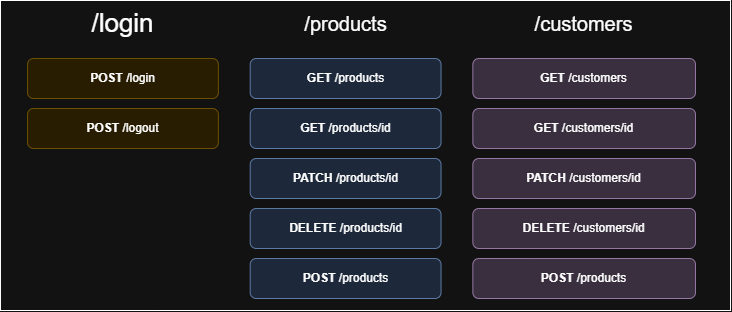
gabriel-cheng/softline-challenge keeps this draw.io diagram as docs/images/routes.png. Above is the earlier version. Source tidied: cells renumbered, new cells last; positions are measured from the earlier drawing's top-left corner, leaving out a move shared by most shapes. The source it was exported from:
```xml
<mxGraphModel>
  <root>
    <mxCell id="0" />
    <mxCell id="1" parent="0" />
    <mxCell id="2" style="group;" parent="1" vertex="1">
      <mxGeometry width="730" height="310" as="geometry" />
    </mxCell>
    <mxCell id="3" style="rounded=0;whiteSpace=wrap;html=1;" parent="2" vertex="1">
      <mxGeometry width="730" height="310" as="geometry" />
    </mxCell>
    <mxCell id="4" value="&lt;b&gt;POST&lt;/b&gt; /login" style="rounded=1;whiteSpace=wrap;html=1;fillColor=#fff2cc;strokeColor=#d6b656;" parent="2" vertex="1">
      <mxGeometry x="27" y="58" width="190.8" height="40" as="geometry" />
    </mxCell>
    <mxCell id="5" value="&lt;b&gt;POST&lt;/b&gt; /logout" style="rounded=1;whiteSpace=wrap;html=1;fillColor=#fff2cc;strokeColor=#d6b656;" parent="2" vertex="1">
      <mxGeometry x="27" y="108" width="190.8" height="40" as="geometry" />
    </mxCell>
    <mxCell id="6" value="&lt;b&gt;GET&lt;/b&gt; /products" style="rounded=1;whiteSpace=wrap;html=1;fillColor=#dae8fc;strokeColor=#6c8ebf;" parent="2" vertex="1">
      <mxGeometry x="249.7" y="58" width="190.8" height="40" as="geometry" />
    </mxCell>
    <mxCell id="7" value="&lt;b&gt;POST&lt;/b&gt; /products" style="rounded=1;whiteSpace=wrap;html=1;fillColor=#dae8fc;strokeColor=#6c8ebf;" parent="2" vertex="1">
      <mxGeometry x="249.7" y="258" width="190.8" height="40" as="geometry" />
    </mxCell>
    <mxCell id="8" value="&lt;b&gt;PATCH&lt;/b&gt; /products/id" style="rounded=1;whiteSpace=wrap;html=1;fillColor=#dae8fc;strokeColor=#6c8ebf;" parent="2" vertex="1">
      <mxGeometry x="249.7" y="158" width="190.8" height="40" as="geometry" />
    </mxCell>
    <mxCell id="9" value="&lt;b&gt;DELETE&lt;/b&gt; /products/id" style="rounded=1;whiteSpace=wrap;html=1;fillColor=#dae8fc;strokeColor=#6c8ebf;" parent="2" vertex="1">
      <mxGeometry x="249.7" y="208" width="190.8" height="40" as="geometry" />
    </mxCell>
    <mxCell id="10" value="&lt;b&gt;GET&lt;/b&gt; /products/id" style="rounded=1;whiteSpace=wrap;html=1;fillColor=#dae8fc;strokeColor=#6c8ebf;" parent="2" vertex="1">
      <mxGeometry x="249.7" y="108" width="190.8" height="40" as="geometry" />
    </mxCell>
    <mxCell id="11" value="&lt;b&gt;GET&lt;/b&gt; /customers" style="rounded=1;whiteSpace=wrap;html=1;fillColor=#e1d5e7;strokeColor=#9673a6;" parent="2" vertex="1">
      <mxGeometry x="472.4" y="58" width="222.7" height="40" as="geometry" />
    </mxCell>
    <mxCell id="12" value="&lt;b&gt;POST&lt;/b&gt; /products" style="rounded=1;whiteSpace=wrap;html=1;fillColor=#e1d5e7;strokeColor=#9673a6;align=center;" parent="2" vertex="1">
      <mxGeometry x="472.4" y="258" width="222.7" height="40" as="geometry" />
    </mxCell>
    <mxCell id="13" value="&lt;b&gt;PATCH&lt;/b&gt; /customers/id" style="rounded=1;whiteSpace=wrap;html=1;fillColor=#e1d5e7;strokeColor=#9673a6;" parent="2" vertex="1">
      <mxGeometry x="472.4" y="158" width="222.7" height="40" as="geometry" />
    </mxCell>
    <mxCell id="14" value="&lt;b&gt;DELETE&lt;/b&gt; /customers/id" style="rounded=1;whiteSpace=wrap;html=1;fillColor=#e1d5e7;strokeColor=#9673a6;" parent="2" vertex="1">
      <mxGeometry x="472.4" y="208" width="222.7" height="40" as="geometry" />
    </mxCell>
    <mxCell id="15" value="&lt;b&gt;GET&lt;/b&gt; /customers/id" style="rounded=1;whiteSpace=wrap;html=1;fillColor=#e1d5e7;strokeColor=#9673a6;" parent="2" vertex="1">
      <mxGeometry x="472.4" y="108" width="222.7" height="40" as="geometry" />
    </mxCell>
    <mxCell id="16" value="/login" style="text;html=1;whiteSpace=wrap;strokeColor=none;fillColor=none;align=center;verticalAlign=middle;rounded=0;strokeWidth=1;fontSize=26;" parent="2" vertex="1">
      <mxGeometry x="58.8" y="8" width="127.2" height="30" as="geometry" />
    </mxCell>
    <mxCell id="17" value="/products" style="text;html=1;whiteSpace=wrap;strokeColor=none;fillColor=none;align=center;verticalAlign=middle;rounded=0;strokeWidth=1;fontSize=20;" parent="2" vertex="1">
      <mxGeometry x="261.6" y="8" width="167" height="30" as="geometry" />
    </mxCell>
    <mxCell id="18" value="/customers" style="text;html=1;whiteSpace=wrap;strokeColor=none;fillColor=none;align=center;verticalAlign=middle;rounded=0;strokeWidth=1;fontSize=20;" parent="2" vertex="1">
      <mxGeometry x="500.2" y="8" width="167" height="30" as="geometry" />
    </mxCell>
  </root>
</mxGraphModel>
```
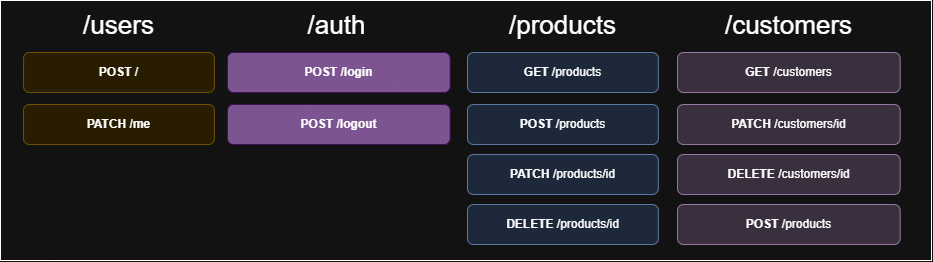
After the change.

The edit, as a diff of the source:
```diff
@@ -3,55 +3,58 @@
     <mxCell id="0" />
     <mxCell id="1" parent="0" />
     <mxCell id="2" style="group;" parent="1" vertex="1">
-      <mxGeometry width="730" height="310" as="geometry" />
+      <mxGeometry width="931" height="260" as="geometry" />
     </mxCell>
     <mxCell id="3" style="rounded=0;whiteSpace=wrap;html=1;" parent="2" vertex="1">
-      <mxGeometry width="730" height="310" as="geometry" />
+      <mxGeometry width="931" height="260" as="geometry" />
     </mxCell>
-    <mxCell id="4" value="&lt;b&gt;POST&lt;/b&gt; /login" style="rounded=1;whiteSpace=wrap;html=1;fillColor=#fff2cc;strokeColor=#d6b656;" parent="2" vertex="1">
-      <mxGeometry x="27" y="58" width="190.8" height="40" as="geometry" />
+    <mxCell id="4" value="&lt;b&gt;POST&lt;/b&gt; /" style="rounded=1;whiteSpace=wrap;html=1;fillColor=#fff2cc;strokeColor=#d6b656;" parent="2" vertex="1">
+      <mxGeometry x="23" y="52" width="190.8" height="40" as="geometry" />
     </mxCell>
-    <mxCell id="5" value="&lt;b&gt;POST&lt;/b&gt; /logout" style="rounded=1;whiteSpace=wrap;html=1;fillColor=#fff2cc;strokeColor=#d6b656;" parent="2" vertex="1">
-      <mxGeometry x="27" y="108" width="190.8" height="40" as="geometry" />
+    <mxCell id="5" value="&lt;b&gt;PATCH /me&lt;/b&gt;" style="rounded=1;whiteSpace=wrap;html=1;fillColor=#fff2cc;strokeColor=#d6b656;" parent="2" vertex="1">
+      <mxGeometry x="23" y="104" width="190.8" height="40" as="geometry" />
     </mxCell>
     <mxCell id="6" value="&lt;b&gt;GET&lt;/b&gt; /products" style="rounded=1;whiteSpace=wrap;html=1;fillColor=#dae8fc;strokeColor=#6c8ebf;" parent="2" vertex="1">
-      <mxGeometry x="249.7" y="58" width="190.8" height="40" as="geometry" />
+      <mxGeometry x="467" y="52" width="190.8" height="40" as="geometry" />
     </mxCell>
     <mxCell id="7" value="&lt;b&gt;POST&lt;/b&gt; /products" style="rounded=1;whiteSpace=wrap;html=1;fillColor=#dae8fc;strokeColor=#6c8ebf;" parent="2" vertex="1">
-      <mxGeometry x="249.7" y="258" width="190.8" height="40" as="geometry" />
+      <mxGeometry x="467" y="104" width="190.8" height="40" as="geometry" />
     </mxCell>
     <mxCell id="8" value="&lt;b&gt;PATCH&lt;/b&gt; /products/id" style="rounded=1;whiteSpace=wrap;html=1;fillColor=#dae8fc;strokeColor=#6c8ebf;" parent="2" vertex="1">
-      <mxGeometry x="249.7" y="158" width="190.8" height="40" as="geometry" />
+      <mxGeometry x="467" y="154" width="190.8" height="40" as="geometry" />
     </mxCell>
     <mxCell id="9" value="&lt;b&gt;DELETE&lt;/b&gt; /products/id" style="rounded=1;whiteSpace=wrap;html=1;fillColor=#dae8fc;strokeColor=#6c8ebf;" parent="2" vertex="1">
-      <mxGeometry x="249.7" y="208" width="190.8" height="40" as="geometry" />
+      <mxGeometry x="467" y="204" width="190.8" height="40" as="geometry" />
     </mxCell>
-    <mxCell id="10" value="&lt;b&gt;GET&lt;/b&gt; /products/id" style="rounded=1;whiteSpace=wrap;html=1;fillColor=#dae8fc;strokeColor=#6c8ebf;" parent="2" vertex="1">
-      <mxGeometry x="249.7" y="108" width="190.8" height="40" as="geometry" />
+    <mxCell id="10" value="&lt;b&gt;POST /login&lt;/b&gt;" style="rounded=1;whiteSpace=wrap;html=1;fillColor=light-dark(#e1d5e7, #7d5492);strokeColor=light-dark(#9673a6, #401155);" parent="2" vertex="1">
+      <mxGeometry x="227" y="52" width="222.7" height="40" as="geometry" />
     </mxCell>
-    <mxCell id="11" value="&lt;b&gt;GET&lt;/b&gt; /customers" style="rounded=1;whiteSpace=wrap;html=1;fillColor=#e1d5e7;strokeColor=#9673a6;" parent="2" vertex="1">
-      <mxGeometry x="472.4" y="58" width="222.7" height="40" as="geometry" />
+    <mxCell id="11" value="/users" style="text;html=1;whiteSpace=wrap;strokeColor=none;fillColor=none;align=center;verticalAlign=middle;rounded=0;strokeWidth=1;fontSize=26;" parent="2" vertex="1">
+      <mxGeometry x="54.8" y="10" width="127.2" height="30" as="geometry" />
     </mxCell>
-    <mxCell id="12" value="&lt;b&gt;POST&lt;/b&gt; /products" style="rounded=1;whiteSpace=wrap;html=1;fillColor=#e1d5e7;strokeColor=#9673a6;align=center;" parent="2" vertex="1">
-      <mxGeometry x="472.4" y="258" width="222.7" height="40" as="geometry" />
+    <mxCell id="12" value="/products" style="text;html=1;whiteSpace=wrap;strokeColor=none;fillColor=none;align=center;verticalAlign=middle;rounded=0;strokeWidth=1;fontSize=26;" parent="2" vertex="1">
+      <mxGeometry x="478.9" y="10" width="167" height="30" as="geometry" />
     </mxCell>
-    <mxCell id="13" value="&lt;b&gt;PATCH&lt;/b&gt; /customers/id" style="rounded=1;whiteSpace=wrap;html=1;fillColor=#e1d5e7;strokeColor=#9673a6;" parent="2" vertex="1">
-      <mxGeometry x="472.4" y="158" width="222.7" height="40" as="geometry" />
+    <mxCell id="13" value="/auth" style="text;html=1;whiteSpace=wrap;strokeColor=none;fillColor=none;align=center;verticalAlign=middle;rounded=0;strokeWidth=1;fontSize=26;" parent="2" vertex="1">
+      <mxGeometry x="252.7" y="10" width="167" height="30" as="geometry" />
     </mxCell>
-    <mxCell id="14" value="&lt;b&gt;DELETE&lt;/b&gt; /customers/id" style="rounded=1;whiteSpace=wrap;html=1;fillColor=#e1d5e7;strokeColor=#9673a6;" parent="2" vertex="1">
-      <mxGeometry x="472.4" y="208" width="222.7" height="40" as="geometry" />
+    <mxCell id="14" value="&lt;b&gt;GET&lt;/b&gt; /customers" style="rounded=1;whiteSpace=wrap;html=1;fillColor=#e1d5e7;strokeColor=#9673a6;" parent="2" vertex="1">
+      <mxGeometry x="677" y="52" width="222.7" height="40" as="geometry" />
     </mxCell>
-    <mxCell id="15" value="&lt;b&gt;GET&lt;/b&gt; /customers/id" style="rounded=1;whiteSpace=wrap;html=1;fillColor=#e1d5e7;strokeColor=#9673a6;" parent="2" vertex="1">
-      <mxGeometry x="472.4" y="108" width="222.7" height="40" as="geometry" />
+    <mxCell id="15" value="&lt;b&gt;POST&lt;/b&gt; /products" style="rounded=1;whiteSpace=wrap;html=1;fillColor=#e1d5e7;strokeColor=#9673a6;align=center;" parent="2" vertex="1">
+      <mxGeometry x="677" y="204" width="222.7" height="40" as="geometry" />
     </mxCell>
-    <mxCell id="16" value="/login" style="text;html=1;whiteSpace=wrap;strokeColor=none;fillColor=none;align=center;verticalAlign=middle;rounded=0;strokeWidth=1;fontSize=26;" parent="2" vertex="1">
-      <mxGeometry x="58.8" y="8" width="127.2" height="30" as="geometry" />
+    <mxCell id="16" value="&lt;b&gt;PATCH&lt;/b&gt; /customers/id" style="rounded=1;whiteSpace=wrap;html=1;fillColor=#e1d5e7;strokeColor=#9673a6;" parent="2" vertex="1">
+      <mxGeometry x="677" y="104" width="222.7" height="40" as="geometry" />
     </mxCell>
-    <mxCell id="17" value="/products" style="text;html=1;whiteSpace=wrap;strokeColor=none;fillColor=none;align=center;verticalAlign=middle;rounded=0;strokeWidth=1;fontSize=20;" parent="2" vertex="1">
-      <mxGeometry x="261.6" y="8" width="167" height="30" as="geometry" />
+    <mxCell id="17" value="&lt;b&gt;DELETE&lt;/b&gt; /customers/id" style="rounded=1;whiteSpace=wrap;html=1;fillColor=#e1d5e7;strokeColor=#9673a6;" parent="2" vertex="1">
+      <mxGeometry x="677" y="154" width="222.7" height="40" as="geometry" />
     </mxCell>
-    <mxCell id="18" value="/customers" style="text;html=1;whiteSpace=wrap;strokeColor=none;fillColor=none;align=center;verticalAlign=middle;rounded=0;strokeWidth=1;fontSize=20;" parent="2" vertex="1">
-      <mxGeometry x="500.2" y="8" width="167" height="30" as="geometry" />
+    <mxCell id="18" value="/customers" style="text;html=1;whiteSpace=wrap;strokeColor=none;fillColor=none;align=center;verticalAlign=middle;rounded=0;strokeWidth=1;fontSize=26;" parent="2" vertex="1">
+      <mxGeometry x="704.8" y="10" width="167" height="30" as="geometry" />
     </mxCell>
+    <mxCell id="19" value="&lt;b&gt;POST /logout&lt;/b&gt;" style="rounded=1;whiteSpace=wrap;html=1;fillColor=light-dark(#e1d5e7, #7d5492);strokeColor=light-dark(#9673a6, #401155);" parent="2" vertex="1">
+      <mxGeometry x="227" y="104" width="222.7" height="40" as="geometry" />
+    </mxCell>
   </root>
 </mxGraphModel>
```
